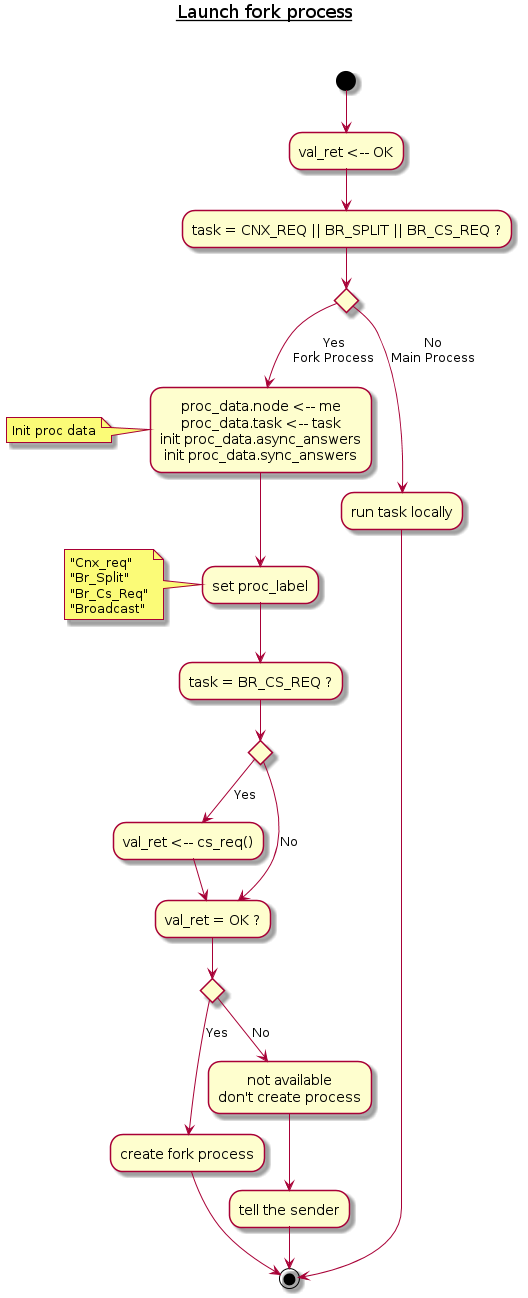
Above: doc/UML/Algo_launch_fork_process.png in tof25/DST (PlantUML), before the change.
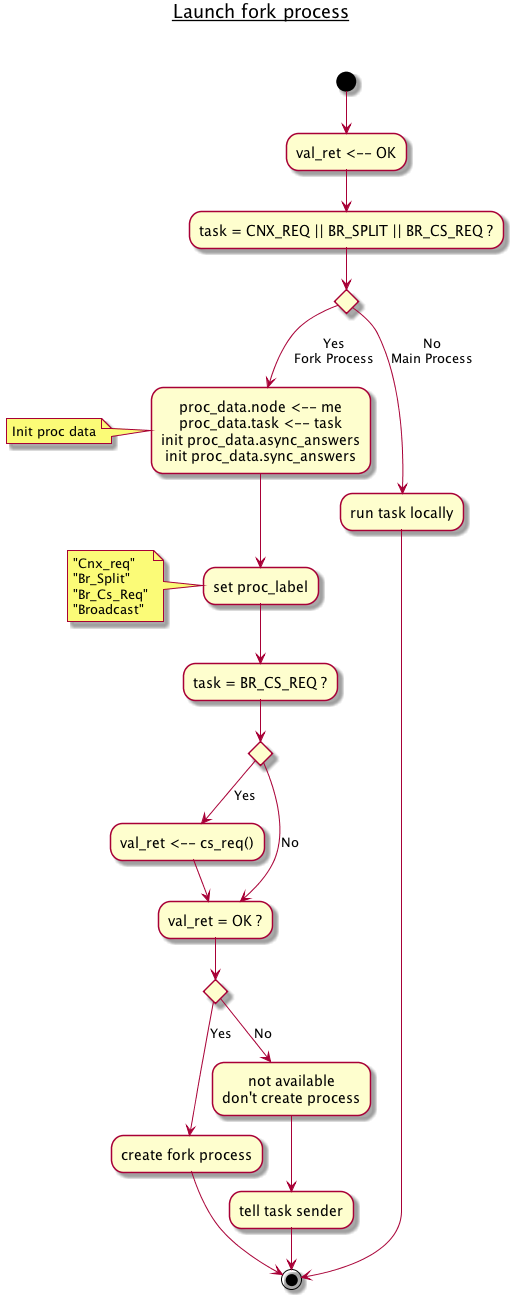
After the change.

The edit, as a diff of the source:
```diff
@@ -29,7 +29,7 @@
         -->(*)
     else
         -->[No]"not available\ndon't create process"
-        -->"tell the sender"
+        -->"tell task sender"
         -->(*)
     endif
 else
```
